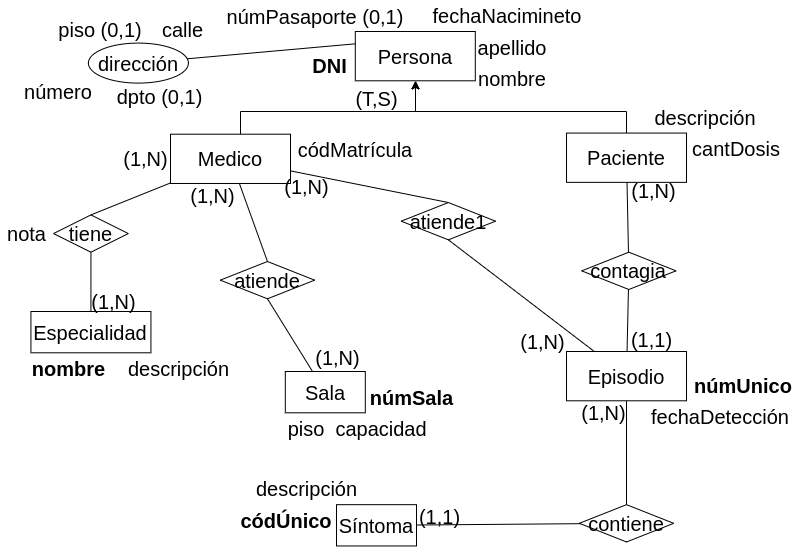
c97Ernesto/DisenioBasesDatos keeps this draw.io diagram as Practica/Practica2/Parte1/drawios-png/ejercicio07P2_Conceptual.drawio.png. Above is the earlier version. Source tidied: cells renumbered, new cells last; positions are measured from the earlier drawing's top-left corner, leaving out a move shared by most shapes.
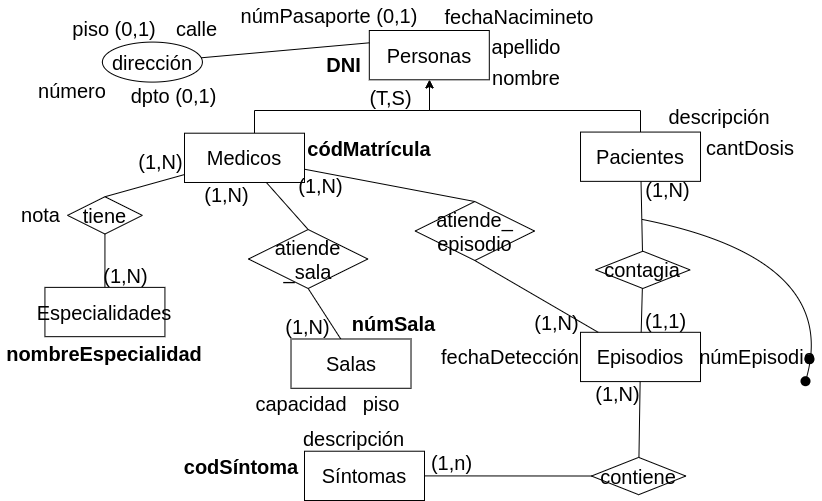
After the commit.

Change to the diagram source:
```diff
@@ -2,7 +2,7 @@
   <root>
     <mxCell id="0" />
     <mxCell id="1" parent="0" />
-    <mxCell id="2" value="&lt;font style=&quot;font-size: 20px;&quot;&gt;Persona&lt;/font&gt;" style="whiteSpace=wrap;html=1;align=center;fontSize=20;" parent="1" vertex="1">
+    <mxCell id="2" value="&lt;font style=&quot;font-size: 20px;&quot;&gt;Personas&lt;/font&gt;" style="whiteSpace=wrap;html=1;align=center;fontSize=20;" parent="1" vertex="1">
       <mxGeometry x="354.8" y="31" width="120" height="49.3" as="geometry" />
     </mxCell>
     <mxCell id="3" value="dirección" style="ellipse;whiteSpace=wrap;html=1;align=center;fontSize=20;" parent="1" vertex="1">
@@ -40,7 +40,7 @@
         </Array>
       </mxGeometry>
     </mxCell>
-    <mxCell id="13" value="&lt;font style=&quot;font-size: 20px;&quot;&gt;Medico&lt;/font&gt;" style="whiteSpace=wrap;html=1;align=center;fontSize=20;" parent="1" vertex="1">
+    <mxCell id="13" value="&lt;font style=&quot;font-size: 20px;&quot;&gt;Medicos&lt;/font&gt;" style="whiteSpace=wrap;html=1;align=center;fontSize=20;" parent="1" vertex="1">
       <mxGeometry x="170" y="133.7" width="120" height="49.3" as="geometry" />
     </mxCell>
     <mxCell id="14" style="edgeStyle=orthogonalEdgeStyle;rounded=0;jettySize=auto;html=1;" parent="1" edge="1" source="15" target="2">
@@ -51,7 +51,7 @@
         </Array>
       </mxGeometry>
     </mxCell>
-    <mxCell id="15" value="&lt;font style=&quot;font-size: 20px;&quot;&gt;Paciente&lt;/font&gt;" style="whiteSpace=wrap;html=1;align=center;fontSize=20;" parent="1" vertex="1">
+    <mxCell id="15" value="&lt;font style=&quot;font-size: 20px;&quot;&gt;Pacientes&lt;/font&gt;" style="whiteSpace=wrap;html=1;align=center;fontSize=20;" parent="1" vertex="1">
       <mxGeometry x="566" y="132.6" width="120" height="49.3" as="geometry" />
     </mxCell>
     <mxCell id="16" value="descripción" style="text;html=1;strokeColor=none;fillColor=none;align=center;verticalAlign=middle;whiteSpace=wrap;rounded=0;fontSize=20;rotation=0;" parent="1" vertex="1">
@@ -60,54 +60,39 @@
     <mxCell id="17" value="cantDosis" style="text;html=1;strokeColor=none;fillColor=none;align=center;verticalAlign=middle;whiteSpace=wrap;rounded=0;fontSize=20;rotation=0;" parent="1" vertex="1">
       <mxGeometry x="686" y="132.6" width="100" height="31.4" as="geometry" />
     </mxCell>
-    <mxCell id="18" value="&lt;font style=&quot;font-size: 20px;&quot;&gt;Episodio&lt;/font&gt;" style="whiteSpace=wrap;html=1;align=center;fontSize=20;" parent="1" vertex="1">
-      <mxGeometry x="566" y="351" width="120" height="49.3" as="geometry" />
+    <mxCell id="18" value="&lt;font style=&quot;font-size: 20px;&quot;&gt;Episodios&lt;/font&gt;" style="whiteSpace=wrap;html=1;align=center;fontSize=20;" parent="1" vertex="1">
+      <mxGeometry x="566" y="332.8" width="120" height="49.3" as="geometry" />
     </mxCell>
-    <mxCell id="19" value="númUnico" style="text;html=1;strokeColor=none;fillColor=none;align=center;verticalAlign=middle;whiteSpace=wrap;rounded=0;fontSize=20;rotation=0;fontStyle=1;" parent="1" vertex="1">
-      <mxGeometry x="686" y="368.9" width="114" height="31.4" as="geometry" />
+    <mxCell id="19" value="númEpisodio" style="text;html=1;strokeColor=none;fillColor=none;align=center;verticalAlign=middle;whiteSpace=wrap;rounded=0;fontSize=20;rotation=0;fontStyle=0;" parent="1" vertex="1">
+      <mxGeometry x="686" y="341.7" width="114" height="31.4" as="geometry" />
     </mxCell>
     <mxCell id="20" value="fechaDetección" style="text;html=1;strokeColor=none;fillColor=none;align=center;verticalAlign=middle;whiteSpace=wrap;rounded=0;fontSize=20;rotation=0;" parent="1" vertex="1">
-      <mxGeometry x="650" y="400.3" width="140" height="31.4" as="geometry" />
+      <mxGeometry x="426" y="341.7" width="140" height="31.4" as="geometry" />
     </mxCell>
-    <mxCell id="21" value="códÚnico" style="text;html=1;strokeColor=none;fillColor=none;align=center;verticalAlign=middle;whiteSpace=wrap;rounded=0;fontSize=20;rotation=0;fontStyle=1;" parent="1" vertex="1">
-      <mxGeometry x="236" y="504.2" width="100" height="31.4" as="geometry" />
+    <mxCell id="21" value="codSíntoma" style="text;html=1;strokeColor=none;fillColor=none;align=center;verticalAlign=middle;whiteSpace=wrap;rounded=0;fontSize=20;rotation=0;fontStyle=1;" parent="1" vertex="1">
+      <mxGeometry x="164" y="451.7" width="126" height="31.4" as="geometry" />
     </mxCell>
     <mxCell id="22" value="contagia" style="shape=rhombus;perimeter=rhombusPerimeter;whiteSpace=wrap;html=1;align=center;fontSize=20;" parent="1" vertex="1">
       <mxGeometry x="581.2" y="251.7" width="94.3" height="37.3" as="geometry" />
     </mxCell>
-    <mxCell id="23" value="atiende" style="shape=rhombus;perimeter=rhombusPerimeter;whiteSpace=wrap;html=1;align=center;fontSize=20;" parent="1" vertex="1">
-      <mxGeometry x="219.8" y="261" width="94.3" height="37.3" as="geometry" />
-    </mxCell>
     <mxCell id="24" value="descripción" style="text;html=1;strokeColor=none;fillColor=none;align=center;verticalAlign=middle;whiteSpace=wrap;rounded=0;fontSize=20;rotation=0;" parent="1" vertex="1">
-      <mxGeometry x="243.8" y="472.7" width="125" height="31.4" as="geometry" />
+      <mxGeometry x="276.5" y="423.5" width="125" height="31.4" as="geometry" />
     </mxCell>
-    <mxCell id="25" value="códMatrícula" style="text;html=1;strokeColor=none;fillColor=none;align=center;verticalAlign=middle;whiteSpace=wrap;rounded=0;fontSize=20;rotation=0;" parent="1" vertex="1">
+    <mxCell id="25" value="&lt;b&gt;códMatrícula&lt;/b&gt;" style="text;html=1;strokeColor=none;fillColor=none;align=center;verticalAlign=middle;whiteSpace=wrap;rounded=0;fontSize=20;rotation=0;" parent="1" vertex="1">
       <mxGeometry x="290" y="133.7" width="130" height="31.4" as="geometry" />
     </mxCell>
-    <mxCell id="26" value="&lt;font style=&quot;font-size: 20px;&quot;&gt;Sala&lt;/font&gt;" style="whiteSpace=wrap;html=1;align=center;fontSize=20;" parent="1" vertex="1">
-      <mxGeometry x="284.8" y="371" width="80" height="41.3" as="geometry" />
+    <mxCell id="26" value="&lt;font style=&quot;font-size: 20px;&quot;&gt;Salas&lt;/font&gt;" style="whiteSpace=wrap;html=1;align=center;fontSize=20;" parent="1" vertex="1">
+      <mxGeometry x="301" y="341.6" width="80" height="41.3" as="geometry" />
     </mxCell>
-    <mxCell id="27" value="&lt;font style=&quot;font-size: 20px;&quot;&gt;Síntoma&lt;/font&gt;" style="whiteSpace=wrap;html=1;align=center;fontSize=20;" parent="1" vertex="1">
-      <mxGeometry x="336" y="504.2" width="80" height="41.3" as="geometry" />
-    </mxCell>
-    <mxCell id="28" value="&lt;font style=&quot;font-size: 20px;&quot;&gt;Especialidad&lt;/font&gt;" style="whiteSpace=wrap;html=1;align=center;fontSize=20;" parent="1" vertex="1">
-      <mxGeometry x="30.4" y="311" width="120" height="41.3" as="geometry" />
-    </mxCell>
     <mxCell id="29" value="&lt;b&gt;númSala&lt;/b&gt;" style="text;html=1;strokeColor=none;fillColor=none;align=center;verticalAlign=middle;whiteSpace=wrap;rounded=0;fontSize=20;rotation=0;" parent="1" vertex="1">
-      <mxGeometry x="364.8" y="380.9" width="92.8" height="31.4" as="geometry" />
+      <mxGeometry x="333.2" y="308.1" width="92.8" height="31.4" as="geometry" />
     </mxCell>
     <mxCell id="30" value="piso" style="text;html=1;strokeColor=none;fillColor=none;align=center;verticalAlign=middle;whiteSpace=wrap;rounded=0;fontSize=20;rotation=0;" parent="1" vertex="1">
-      <mxGeometry x="276.3" y="412.3" width="60" height="31.4" as="geometry" />
+      <mxGeometry x="336.5" y="388.8" width="60" height="31.4" as="geometry" />
     </mxCell>
     <mxCell id="31" value="capacidad" style="text;html=1;strokeColor=none;fillColor=none;align=center;verticalAlign=middle;whiteSpace=wrap;rounded=0;fontSize=20;rotation=0;" parent="1" vertex="1">
-      <mxGeometry x="330" y="412.3" width="101.6" height="31.4" as="geometry" />
+      <mxGeometry x="236" y="388.8" width="101.6" height="31.4" as="geometry" />
     </mxCell>
-    <mxCell id="32" value="&lt;b&gt;nombre&lt;/b&gt;" style="text;html=1;strokeColor=none;fillColor=none;align=center;verticalAlign=middle;whiteSpace=wrap;rounded=0;fontSize=20;rotation=0;" parent="1" vertex="1">
-      <mxGeometry x="26.3" y="352.3" width="84.8" height="31.4" as="geometry" />
-    </mxCell>
-    <mxCell id="33" value="descripción" style="text;html=1;strokeColor=none;fillColor=none;align=center;verticalAlign=middle;whiteSpace=wrap;rounded=0;fontSize=20;rotation=0;" parent="1" vertex="1">
-      <mxGeometry x="121" y="352.3" width="115" height="31.4" as="geometry" />
-    </mxCell>
     <mxCell id="34" style="endArrow=none;html=1;rounded=0;fontSize=20;" parent="1" edge="1" source="15" target="22">
       <mxGeometry relative="1" as="geometry" />
     </mxCell>
@@ -118,31 +103,31 @@
       <mxGeometry x="630" y="178.9" width="47.4" height="23.2" as="geometry" />
     </mxCell>
     <mxCell id="37" value="(1,1)" style="text;html=1;strokeColor=none;fillColor=none;align=center;verticalAlign=middle;whiteSpace=wrap;rounded=0;fontSize=20;rotation=0;" parent="1" vertex="1">
-      <mxGeometry x="628.1" y="327.8" width="47.4" height="23.2" as="geometry" />
+      <mxGeometry x="628.1" y="309.6" width="47.4" height="23.2" as="geometry" />
     </mxCell>
     <mxCell id="38" value="contiene" style="shape=rhombus;perimeter=rhombusPerimeter;whiteSpace=wrap;html=1;align=center;fontSize=20;" parent="1" vertex="1">
-      <mxGeometry x="578.8" y="504.2" width="94.3" height="37.3" as="geometry" />
+      <mxGeometry x="577" y="457.9" width="94.3" height="37.3" as="geometry" />
     </mxCell>
     <mxCell id="39" style="endArrow=none;html=1;rounded=0;fontSize=20;" parent="1" edge="1" source="18" target="38">
       <mxGeometry relative="1" as="geometry" />
     </mxCell>
-    <mxCell id="40" style="endArrow=none;html=1;rounded=0;fontSize=20;" parent="1" edge="1" source="38" target="27">
+    <mxCell id="40" style="endArrow=none;html=1;rounded=0;fontSize=20;" parent="1" edge="1" source="38" target="65">
       <mxGeometry relative="1" as="geometry" />
     </mxCell>
-    <mxCell id="41" value="(1,1)" style="text;html=1;strokeColor=none;fillColor=none;align=center;verticalAlign=middle;whiteSpace=wrap;rounded=0;fontSize=20;rotation=0;" parent="1" vertex="1">
-      <mxGeometry x="416" y="504.2" width="47.4" height="23.2" as="geometry" />
+    <mxCell id="41" value="(1,n)" style="text;html=1;strokeColor=none;fillColor=none;align=center;verticalAlign=middle;whiteSpace=wrap;rounded=0;fontSize=20;rotation=0;" parent="1" vertex="1">
+      <mxGeometry x="414.1" y="451.7" width="47.4" height="23.2" as="geometry" />
     </mxCell>
     <mxCell id="42" value="(1,N)" style="text;html=1;strokeColor=none;fillColor=none;align=center;verticalAlign=middle;whiteSpace=wrap;rounded=0;fontSize=20;rotation=0;" parent="1" vertex="1">
-      <mxGeometry x="580" y="400.3" width="47.4" height="23.2" as="geometry" />
+      <mxGeometry x="580" y="382.1" width="47.4" height="23.2" as="geometry" />
     </mxCell>
-    <mxCell id="43" style="endArrow=none;html=1;rounded=0;fontSize=20;entryX=0.5;entryY=0;entryDx=0;entryDy=0;" parent="1" edge="1" source="13" target="23">
+    <mxCell id="43" style="endArrow=none;html=1;rounded=0;fontSize=20;entryX=0.5;entryY=0;entryDx=0;entryDy=0;" parent="1" edge="1" source="13" target="61">
       <mxGeometry relative="1" as="geometry" />
     </mxCell>
-    <mxCell id="44" style="endArrow=none;html=1;rounded=0;fontSize=20;exitX=0.5;exitY=1;exitDx=0;exitDy=0;" parent="1" edge="1" source="23" target="26">
+    <mxCell id="44" style="endArrow=none;html=1;rounded=0;fontSize=20;exitX=0.5;exitY=1;exitDx=0;exitDy=0;" parent="1" edge="1" source="61" target="26">
       <mxGeometry relative="1" as="geometry" />
     </mxCell>
-    <mxCell id="45" value="atiende1" style="shape=rhombus;perimeter=rhombusPerimeter;whiteSpace=wrap;html=1;align=center;fontSize=20;" parent="1" vertex="1">
-      <mxGeometry x="400.7" y="202" width="94.3" height="37.3" as="geometry" />
+    <mxCell id="45" value="atiende_&lt;br&gt;episodio" style="shape=rhombus;perimeter=rhombusPerimeter;whiteSpace=wrap;html=1;align=center;fontSize=20;" parent="1" vertex="1">
+      <mxGeometry x="400.7" y="202" width="119.3" height="59" as="geometry" />
     </mxCell>
     <mxCell id="46" style="endArrow=none;html=1;rounded=0;fontSize=20;entryX=0.5;entryY=0;entryDx=0;entryDy=0;" parent="1" edge="1" source="13" target="45">
       <mxGeometry relative="1" as="geometry" />
@@ -151,21 +136,21 @@
       <mxGeometry relative="1" as="geometry" />
     </mxCell>
     <mxCell id="48" value="(1,N)" style="text;html=1;strokeColor=none;fillColor=none;align=center;verticalAlign=middle;whiteSpace=wrap;rounded=0;fontSize=20;rotation=0;" parent="1" vertex="1">
-      <mxGeometry x="518.6" y="329.1" width="47.4" height="23.2" as="geometry" />
+      <mxGeometry x="518.6" y="310.9" width="47.4" height="23.2" as="geometry" />
     </mxCell>
     <mxCell id="49" value="(1,N)" style="text;html=1;strokeColor=none;fillColor=none;align=center;verticalAlign=middle;whiteSpace=wrap;rounded=0;fontSize=20;rotation=0;" parent="1" vertex="1">
       <mxGeometry x="282.6" y="174.1" width="47.4" height="23.2" as="geometry" />
     </mxCell>
     <mxCell id="50" value="fechaNacimineto" style="text;html=1;strokeColor=none;fillColor=none;align=center;verticalAlign=middle;whiteSpace=wrap;rounded=0;fontSize=20;rotation=0;" parent="1" vertex="1">
-      <mxGeometry x="422.3" y="-0.4" width="170" height="31.4" as="geometry" />
+      <mxGeometry x="420" y="1" width="170" height="31.4" as="geometry" />
     </mxCell>
     <mxCell id="51" value="tiene" style="shape=rhombus;perimeter=rhombusPerimeter;whiteSpace=wrap;html=1;align=center;fontSize=20;" parent="1" vertex="1">
-      <mxGeometry x="53" y="214.4" width="74.8" height="37.3" as="geometry" />
+      <mxGeometry x="53" y="197.2" width="74.8" height="37.3" as="geometry" />
     </mxCell>
     <mxCell id="52" style="endArrow=none;html=1;rounded=0;fontSize=20;entryX=0.5;entryY=0;entryDx=0;entryDy=0;" parent="1" edge="1" source="13" target="51">
       <mxGeometry relative="1" as="geometry" />
     </mxCell>
-    <mxCell id="53" style="endArrow=none;html=1;rounded=0;fontSize=20;exitX=0.5;exitY=1;exitDx=0;exitDy=0;" parent="1" edge="1" source="51" target="28">
+    <mxCell id="53" style="endArrow=none;html=1;rounded=0;fontSize=20;exitX=0.5;exitY=1;exitDx=0;exitDy=0;" parent="1" edge="1" source="51" target="66">
       <mxGeometry relative="1" as="geometry" />
     </mxCell>
     <mxCell id="54" value="(T,S)" style="text;html=1;strokeColor=none;fillColor=none;align=center;verticalAlign=middle;whiteSpace=wrap;rounded=0;fontSize=20;rotation=0;" parent="1" vertex="1">
@@ -175,19 +160,48 @@
       <mxGeometry x="188.6" y="183" width="47.4" height="23.2" as="geometry" />
     </mxCell>
     <mxCell id="56" value="(1,N)" style="text;html=1;strokeColor=none;fillColor=none;align=center;verticalAlign=middle;whiteSpace=wrap;rounded=0;fontSize=20;rotation=0;" parent="1" vertex="1">
-      <mxGeometry x="314.2" y="345.7" width="47.4" height="23.2" as="geometry" />
+      <mxGeometry x="270" y="315.1" width="47.4" height="23.2" as="geometry" />
     </mxCell>
     <mxCell id="57" value="(1,N)" style="text;html=1;strokeColor=none;fillColor=none;align=center;verticalAlign=middle;whiteSpace=wrap;rounded=0;fontSize=20;rotation=0;" parent="1" vertex="1">
-      <mxGeometry x="122.4" y="146.8" width="47.4" height="23.2" as="geometry" />
+      <mxGeometry x="122.6" y="150.9" width="47.4" height="23.2" as="geometry" />
     </mxCell>
     <mxCell id="58" value="(1,N)" style="text;html=1;strokeColor=none;fillColor=none;align=center;verticalAlign=middle;whiteSpace=wrap;rounded=0;fontSize=20;rotation=0;" parent="1" vertex="1">
-      <mxGeometry x="89.6" y="289" width="47.4" height="23.2" as="geometry" />
+      <mxGeometry x="87.9" y="264.7" width="47.4" height="23.2" as="geometry" />
     </mxCell>
     <mxCell id="59" style="endArrow=none;html=1;rounded=0;fontSize=20;exitX=0;exitY=0.25;exitDx=0;exitDy=0;" parent="1" edge="1" source="2" target="3">
       <mxGeometry relative="1" as="geometry" />
     </mxCell>
     <mxCell id="60" value="nota" style="text;html=1;strokeColor=none;fillColor=none;align=center;verticalAlign=middle;whiteSpace=wrap;rounded=0;fontSize=20;" parent="1" vertex="1">
-      <mxGeometry y="219.8" width="53" height="26.6" as="geometry" />
+      <mxGeometry y="202" width="53" height="26.6" as="geometry" />
     </mxCell>
+    <mxCell id="61" value="atiende&lt;br&gt;_sala" style="shape=rhombus;perimeter=rhombusPerimeter;whiteSpace=wrap;html=1;align=center;fontSize=20;" parent="1" vertex="1">
+      <mxGeometry x="234" y="230" width="119.3" height="59" as="geometry" />
+    </mxCell>
+    <mxCell id="62" style="curved=1;endArrow=none;html=1;rounded=0;endFill=0;" parent="1" edge="1" source="63">
+      <mxGeometry relative="1" as="geometry">
+        <mxPoint x="628" y="220" as="targetPoint" />
+        <Array as="points">
+          <mxPoint x="828" y="260" />
+        </Array>
+      </mxGeometry>
+    </mxCell>
+    <mxCell id="63" style="shape=waypoint;sketch=0;size=6;points=[];fillColor=none;perimeter=centerPerimeter;snapToPoint=1;strokeWidth=3;" parent="1" vertex="1">
+      <mxGeometry x="781" y="371.7" width="20" height="20" as="geometry" />
+    </mxCell>
+    <mxCell id="64" style="shape=waypoint;sketch=0;size=6;fillColor=none;perimeter=centerPerimeter;strokeWidth=3;" parent="1" vertex="1">
+      <mxGeometry x="785" y="349.7" width="20" height="20" as="geometry" />
+    </mxCell>
+    <mxCell id="65" value="&lt;font style=&quot;font-size: 20px;&quot;&gt;Síntomas&lt;/font&gt;" style="whiteSpace=wrap;html=1;align=center;fontSize=20;" parent="1" vertex="1">
+      <mxGeometry x="290" y="451.7" width="120" height="49.3" as="geometry" />
+    </mxCell>
+    <mxCell id="66" value="&lt;font style=&quot;font-size: 20px;&quot;&gt;Especialidades&lt;/font&gt;" style="whiteSpace=wrap;html=1;align=center;fontSize=20;" parent="1" vertex="1">
+      <mxGeometry x="30.4" y="287.9" width="120" height="49.3" as="geometry" />
+    </mxCell>
+    <mxCell id="67" value="&lt;b&gt;nombreEspecialidad&lt;/b&gt;" style="text;html=1;strokeColor=none;fillColor=none;align=center;verticalAlign=middle;whiteSpace=wrap;rounded=0;fontSize=20;rotation=0;" parent="1" vertex="1">
+      <mxGeometry x="-14.6" y="338.3" width="210" height="31.4" as="geometry" />
+    </mxCell>
+    <mxCell id="68" value="&lt;font style=&quot;font-size: 20px;&quot;&gt;Salas&lt;/font&gt;" style="whiteSpace=wrap;html=1;align=center;fontSize=20;" parent="1" vertex="1">
+      <mxGeometry x="276.5" y="339.5" width="120" height="49.3" as="geometry" />
+    </mxCell>
   </root>
 </mxGraphModel>
```
